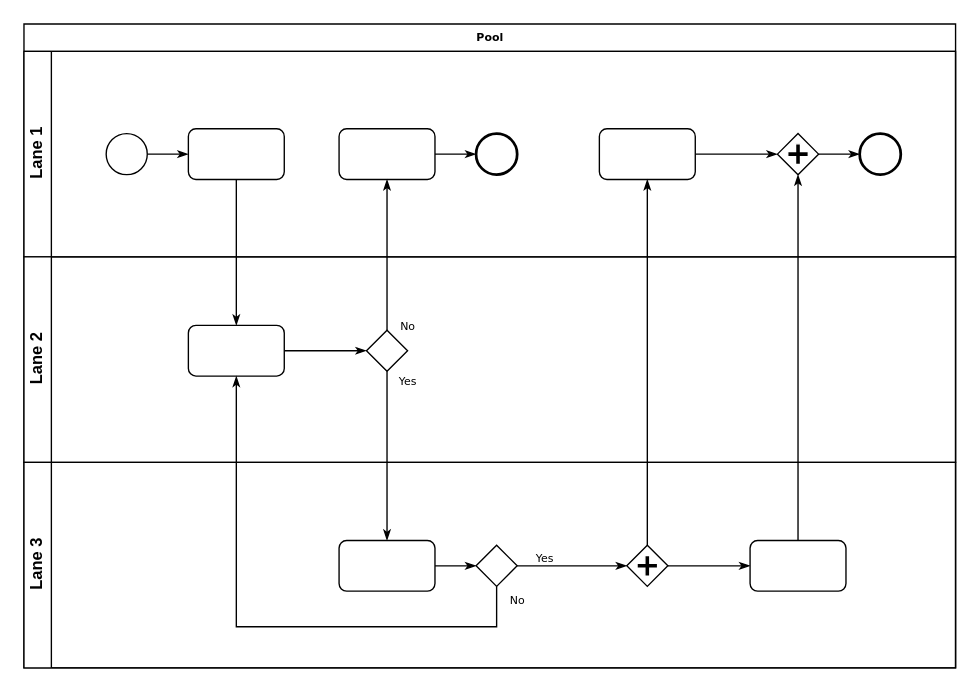
Before: PuzzleLeagueUserFlow.drawio in jonisrael/SavvyHomework, a draw.io diagram. Source tidied: cells renumbered, new cells numbered last; positions are measured from the earlier drawing's top-left corner, leaving out a move shared by most shapes. Both pictures are drawn from the tidied source at 137%, with x=0, y=0 at pixel (23, 23).
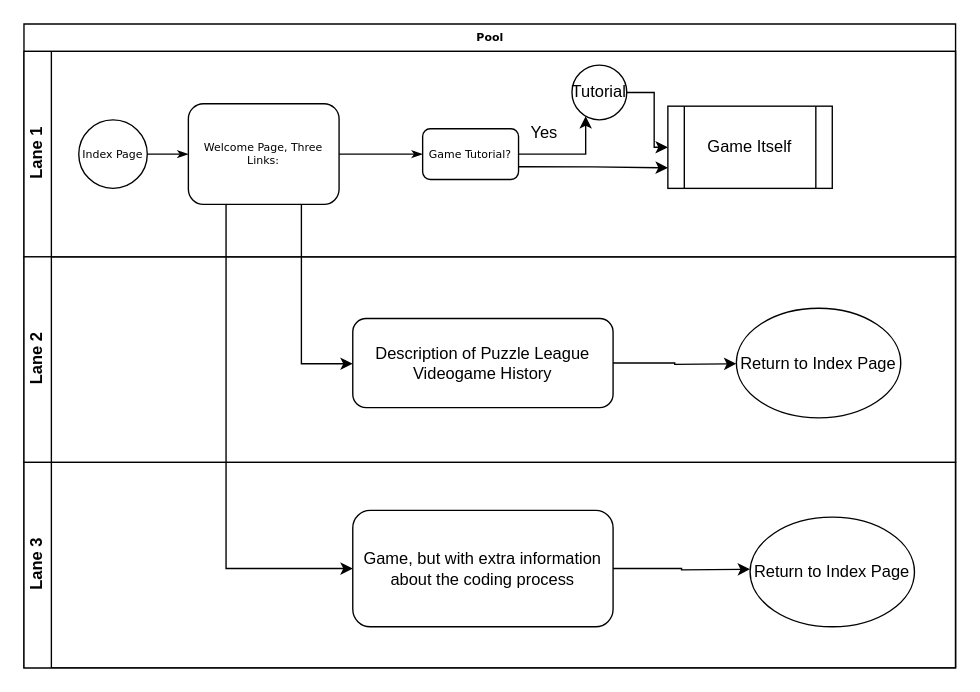
After the change.

Unchanged cells that the change refers to:
```xml
<mxCell id="2" value="Pool" style="swimlane;html=1;horizontal=1;startSize=20;rounded=0;shadow=0;labelBackgroundColor=none;strokeWidth=1;fontFamily=Verdana;fontSize=8;align=center;" parent="1" vertex="1">
  <mxGeometry width="680" height="470" as="geometry" />
</mxCell>
<mxCell id="3" value="Lane 1" style="swimlane;html=1;startSize=20;horizontal=0;" parent="2" vertex="1">
  <mxGeometry y="20" width="680" height="150" as="geometry" />
</mxCell>
<mxCell id="15" value="Lane 2" style="swimlane;html=1;startSize=20;horizontal=0;" parent="2" vertex="1">
  <mxGeometry y="170" width="680" height="150" as="geometry" />
</mxCell>
<mxCell id="19" value="Lane 3" style="swimlane;html=1;startSize=20;horizontal=0;" parent="2" vertex="1">
  <mxGeometry y="320" width="680" height="150" as="geometry" />
</mxCell>
```

The edit, as a diff of the source:
```diff
@@
-    <mxCell id="5" style="ellipse;whiteSpace=wrap;html=1;rounded=0;shadow=0;labelBackgroundColor=none;strokeWidth=1;fontFamily=Verdana;fontSize=8;align=center;" parent="3" vertex="1">
-      <mxGeometry x="60" y="60" width="30" height="30" as="geometry" />
+    <mxCell id="5" value="Index Page" style="ellipse;whiteSpace=wrap;html=1;rounded=0;shadow=0;labelBackgroundColor=none;strokeWidth=1;fontFamily=Verdana;fontSize=8;align=center;" parent="3" vertex="1">
+      <mxGeometry x="40" y="50" width="50" height="50" as="geometry" />
     </mxCell>
-    <mxCell id="6" style="rounded=1;whiteSpace=wrap;html=1;shadow=0;labelBackgroundColor=none;strokeWidth=1;fontFamily=Verdana;fontSize=8;align=center;" parent="3" vertex="1">
-      <mxGeometry x="120" y="56.5" width="70" height="37" as="geometry" />
+    <mxCell id="6" value="Welcome Page, Three Links:" style="rounded=1;whiteSpace=wrap;html=1;shadow=0;labelBackgroundColor=none;strokeWidth=1;fontFamily=Verdana;fontSize=8;align=center;" parent="3" vertex="1">
+      <mxGeometry x="120" y="38.2" width="110" height="73.5" as="geometry" />
     </mxCell>
-    <mxCell id="7" style="edgeStyle=orthogonalEdgeStyle;rounded=0;html=1;labelBackgroundColor=none;startArrow=none;startFill=0;startSize=5;endArrow=classicThin;endFill=1;endSize=5;jettySize=auto;strokeWidth=1;fontFamily=Verdana;fontSize=8;" parent="3" edge="1" source="8" target="9">
-      <mxGeometry relative="1" as="geometry" />
-    </mxCell>
-    <mxCell id="8" style="rounded=1;whiteSpace=wrap;html=1;shadow=0;labelBackgroundColor=none;strokeWidth=1;fontFamily=Verdana;fontSize=8;align=center;" parent="3" vertex="1">
-      <mxGeometry x="230" y="56.5" width="70" height="37" as="geometry" />
-    </mxCell>
-    <mxCell id="9" style="ellipse;whiteSpace=wrap;html=1;rounded=0;shadow=0;labelBackgroundColor=none;strokeWidth=2;fontFamily=Verdana;fontSize=8;align=center;" parent="3" vertex="1">
-      <mxGeometry x="330" y="60" width="30" height="30" as="geometry" />
-    </mxCell>
-    <mxCell id="10" style="edgeStyle=orthogonalEdgeStyle;rounded=0;html=1;entryX=0;entryY=0.5;labelBackgroundColor=none;startArrow=none;startFill=0;startSize=5;endArrow=classicThin;endFill=1;endSize=5;jettySize=auto;strokeWidth=1;fontFamily=Verdana;fontSize=8;" parent="3" edge="1" source="11" target="13">
-      <mxGeometry relative="1" as="geometry" />
-    </mxCell>
-    <mxCell id="11" style="rounded=1;whiteSpace=wrap;html=1;shadow=0;labelBackgroundColor=none;strokeWidth=1;fontFamily=Verdana;fontSize=8;align=center;" parent="3" vertex="1">
-      <mxGeometry x="420" y="56.5" width="70" height="37" as="geometry" />
-    </mxCell>
-    <mxCell id="12" style="edgeStyle=orthogonalEdgeStyle;rounded=0;html=1;labelBackgroundColor=none;startArrow=none;startFill=0;startSize=5;endArrow=classicThin;endFill=1;endSize=5;jettySize=auto;strokeWidth=1;fontFamily=Verdana;fontSize=8;" parent="3" edge="1" source="13" target="14">
-      <mxGeometry relative="1" as="geometry" />
-    </mxCell>
-    <mxCell id="13" style="shape=mxgraph.bpmn.shape;html=1;verticalLabelPosition=bottom;labelBackgroundColor=#ffffff;verticalAlign=top;perimeter=rhombusPerimeter;background=gateway;outline=none;symbol=parallelGw;rounded=1;shadow=0;strokeWidth=1;fontFamily=Verdana;fontSize=8;align=center;" parent="3" vertex="1">
-      <mxGeometry x="550" y="60" width="30" height="30" as="geometry" />
-    </mxCell>
-    <mxCell id="14" style="ellipse;whiteSpace=wrap;html=1;rounded=0;shadow=0;labelBackgroundColor=none;strokeWidth=2;fontFamily=Verdana;fontSize=8;align=center;" parent="3" vertex="1">
-      <mxGeometry x="610" y="60" width="30" height="30" as="geometry" />
-    </mxCell>
+    <mxCell id="17" value="Game Tutorial?" style="rounded=1;whiteSpace=wrap;html=1;shadow=0;labelBackgroundColor=none;strokeWidth=1;fontFamily=Verdana;fontSize=8;align=center;" parent="3" vertex="1">
+      <mxGeometry x="291" y="56.5" width="70" height="37" as="geometry" />
+    </mxCell>
+    <mxCell id="27" style="edgeStyle=orthogonalEdgeStyle;rounded=0;html=1;labelBackgroundColor=none;startArrow=none;startFill=0;startSize=5;endArrow=classicThin;endFill=1;endSize=5;jettySize=auto;strokeWidth=1;fontFamily=Verdana;fontSize=8;" parent="3" edge="1" source="6" target="17">
+      <mxGeometry relative="1" as="geometry" />
+    </mxCell>
+    <mxCell id="33" value="Tutorial" style="ellipse;whiteSpace=wrap;html=1;" parent="3" vertex="1">
+      <mxGeometry x="400" y="10" width="40" height="40" as="geometry" />
+    </mxCell>
+    <mxCell id="34" style="edgeStyle=orthogonalEdgeStyle;rounded=0;jettySize=auto;html=1;" parent="3" edge="1" source="17" target="33">
+      <mxGeometry relative="1" as="geometry">
+        <Array as="points">
+          <mxPoint x="410" y="75" />
+        </Array>
+      </mxGeometry>
+    </mxCell>
@@
-    <mxCell id="16" style="edgeStyle=orthogonalEdgeStyle;rounded=0;html=1;labelBackgroundColor=none;startArrow=none;startFill=0;startSize=5;endArrow=classicThin;endFill=1;endSize=5;jettySize=auto;strokeWidth=1;fontFamily=Verdana;fontSize=8;" parent="15" edge="1" source="17" target="18">
-      <mxGeometry relative="1" as="geometry" />
-    </mxCell>
-    <mxCell id="17" style="rounded=1;whiteSpace=wrap;html=1;shadow=0;labelBackgroundColor=none;strokeWidth=1;fontFamily=Verdana;fontSize=8;align=center;" parent="15" vertex="1">
-      <mxGeometry x="120" y="50" width="70" height="37" as="geometry" />
-    </mxCell>
-    <mxCell id="18" style="strokeWidth=1;html=1;shape=mxgraph.flowchart.decision;whiteSpace=wrap;rounded=1;shadow=0;labelBackgroundColor=none;fontFamily=Verdana;fontSize=8;align=center;" parent="15" vertex="1">
-      <mxGeometry x="250" y="53.5" width="30" height="30" as="geometry" />
-    </mxCell>
+    <mxCell id="35" value="Description of Puzzle League Videogame History" style="rounded=1;whiteSpace=wrap;html=1;" parent="15" vertex="1">
+      <mxGeometry x="240" y="45" width="190" height="65" as="geometry" />
+    </mxCell>
+    <mxCell id="36" value="Return to Index Page" style="ellipse;whiteSpace=wrap;html=1;" parent="15" vertex="1">
+      <mxGeometry x="520" y="37.5" width="120" height="80" as="geometry" />
+    </mxCell>
@@
-    <mxCell id="20" style="edgeStyle=orthogonalEdgeStyle;rounded=0;html=1;labelBackgroundColor=none;startArrow=none;startFill=0;startSize=5;endArrow=classicThin;endFill=1;endSize=5;jettySize=auto;strokeWidth=1;fontFamily=Verdana;fontSize=8;" parent="19" edge="1" source="21" target="23">
-      <mxGeometry relative="1" as="geometry" />
-    </mxCell>
-    <mxCell id="21" style="rounded=1;whiteSpace=wrap;html=1;shadow=0;labelBackgroundColor=none;strokeWidth=1;fontFamily=Verdana;fontSize=8;align=center;" parent="19" vertex="1">
-      <mxGeometry x="230" y="57" width="70" height="37" as="geometry" />
-    </mxCell>
-    <mxCell id="22" value="Yes" style="edgeStyle=orthogonalEdgeStyle;rounded=0;html=1;entryX=0;entryY=0.5;labelBackgroundColor=none;startArrow=none;startFill=0;startSize=5;endArrow=classicThin;endFill=1;endSize=5;jettySize=auto;strokeWidth=1;fontFamily=Verdana;fontSize=8;" parent="19" edge="1" source="23" target="25">
-      <mxGeometry x="-0.5" y="6" relative="1" as="geometry" />
-    </mxCell>
-    <mxCell id="23" style="strokeWidth=1;html=1;shape=mxgraph.flowchart.decision;whiteSpace=wrap;rounded=1;shadow=0;labelBackgroundColor=none;fontFamily=Verdana;fontSize=8;align=center;" parent="19" vertex="1">
-      <mxGeometry x="330" y="60.5" width="30" height="30" as="geometry" />
-    </mxCell>
-    <mxCell id="24" style="edgeStyle=orthogonalEdgeStyle;rounded=0;html=1;labelBackgroundColor=none;startArrow=none;startFill=0;startSize=5;endArrow=classicThin;endFill=1;endSize=5;jettySize=auto;strokeColor=#000000;strokeWidth=1;fontFamily=Verdana;fontSize=8;fontColor=#000000;" parent="19" edge="1" source="25" target="26">
-      <mxGeometry relative="1" as="geometry" />
-    </mxCell>
-    <mxCell id="25" style="shape=mxgraph.bpmn.shape;html=1;verticalLabelPosition=bottom;labelBackgroundColor=#ffffff;verticalAlign=top;perimeter=rhombusPerimeter;background=gateway;outline=none;symbol=parallelGw;rounded=1;shadow=0;strokeWidth=1;fontFamily=Verdana;fontSize=8;align=center;" parent="19" vertex="1">
-      <mxGeometry x="440" y="60.5" width="30" height="30" as="geometry" />
-    </mxCell>
-    <mxCell id="26" style="rounded=1;whiteSpace=wrap;html=1;shadow=0;labelBackgroundColor=none;strokeWidth=1;fontFamily=Verdana;fontSize=8;align=center;" parent="19" vertex="1">
-      <mxGeometry x="530" y="57" width="70" height="37" as="geometry" />
-    </mxCell>
-    <mxCell id="27" style="edgeStyle=orthogonalEdgeStyle;rounded=0;html=1;labelBackgroundColor=none;startArrow=none;startFill=0;startSize=5;endArrow=classicThin;endFill=1;endSize=5;jettySize=auto;strokeWidth=1;fontFamily=Verdana;fontSize=8;" parent="2" edge="1" source="6" target="17">
-      <mxGeometry relative="1" as="geometry" />
-    </mxCell>
-    <mxCell id="28" value="No" style="edgeStyle=orthogonalEdgeStyle;rounded=0;html=1;labelBackgroundColor=none;startArrow=none;startFill=0;startSize=5;endArrow=classicThin;endFill=1;endSize=5;jettySize=auto;strokeWidth=1;fontFamily=Verdana;fontSize=8;" parent="2" edge="1" source="18" target="8">
-      <mxGeometry x="-0.94" y="-15" relative="1" as="geometry" />
-    </mxCell>
-    <mxCell id="29" value="Yes" style="edgeStyle=orthogonalEdgeStyle;rounded=0;html=1;labelBackgroundColor=none;startArrow=none;startFill=0;startSize=5;endArrow=classicThin;endFill=1;endSize=5;jettySize=auto;strokeWidth=1;fontFamily=Verdana;fontSize=8;" parent="2" edge="1" source="18" target="21">
-      <mxGeometry x="-0.89" y="15" relative="1" as="geometry" />
-    </mxCell>
-    <mxCell id="30" style="edgeStyle=orthogonalEdgeStyle;rounded=0;html=1;entryX=0.5;entryY=1;labelBackgroundColor=none;startArrow=none;startFill=0;startSize=5;endArrow=classicThin;endFill=1;endSize=5;jettySize=auto;strokeWidth=1;fontFamily=Verdana;fontSize=8;" parent="2" edge="1" source="26" target="13">
-      <mxGeometry relative="1" as="geometry" />
-    </mxCell>
-    <mxCell id="31" value="No" style="edgeStyle=orthogonalEdgeStyle;rounded=0;html=1;labelBackgroundColor=none;startArrow=none;startFill=0;startSize=5;endArrow=classicThin;endFill=1;endSize=5;jettySize=auto;strokeWidth=1;fontFamily=Verdana;fontSize=8;" parent="2" edge="1" source="23" target="17">
-      <mxGeometry x="-0.95" y="15" relative="1" as="geometry">
-        <Array as="points">
-          <mxPoint x="345" y="440" />
-          <mxPoint x="155" y="440" />
-        </Array>
-      </mxGeometry>
-    </mxCell>
-    <mxCell id="32" style="edgeStyle=orthogonalEdgeStyle;rounded=0;html=1;labelBackgroundColor=none;startArrow=none;startFill=0;startSize=5;endArrow=classicThin;endFill=1;endSize=5;jettySize=auto;strokeWidth=1;fontFamily=Verdana;fontSize=8;" parent="2" edge="1" source="25" target="11">
-      <mxGeometry relative="1" as="geometry" />
-    </mxCell>
+    <mxCell id="37" value="Game, but with extra information about the coding process" style="rounded=1;whiteSpace=wrap;html=1;" parent="19" vertex="1">
+      <mxGeometry x="240" y="35" width="190" height="85" as="geometry" />
+    </mxCell>
+    <mxCell id="38" value="Return to Index Page" style="ellipse;whiteSpace=wrap;html=1;" parent="19" vertex="1">
+      <mxGeometry x="530" y="40" width="120" height="80" as="geometry" />
+    </mxCell>
+    <mxCell id="39" style="edgeStyle=orthogonalEdgeStyle;rounded=0;jettySize=auto;html=1;exitX=0.75;exitY=1;exitDx=0;exitDy=0;" parent="2" edge="1" source="6" target="35">
+      <mxGeometry relative="1" as="geometry">
+        <Array as="points">
+          <mxPoint x="203" y="248" />
+        </Array>
+      </mxGeometry>
+    </mxCell>
+    <mxCell id="40" style="edgeStyle=orthogonalEdgeStyle;rounded=0;jettySize=auto;html=1;exitX=0.25;exitY=1;exitDx=0;exitDy=0;entryX=0;entryY=0.5;entryDx=0;entryDy=0;" parent="2" edge="1" source="6" target="37">
+      <mxGeometry relative="1" as="geometry" />
+    </mxCell>
+    <mxCell id="41" value="Yes" style="text;html=1;strokeColor=none;fillColor=none;align=center;verticalAlign=middle;whiteSpace=wrap;rounded=0;" parent="1" vertex="1">
+      <mxGeometry x="360" y="70" width="40" height="20" as="geometry" />
+    </mxCell>
+    <mxCell id="42" style="edgeStyle=orthogonalEdgeStyle;rounded=0;jettySize=auto;html=1;" parent="1" edge="1" source="33" target="43">
+      <mxGeometry relative="1" as="geometry" />
+    </mxCell>
+    <mxCell id="43" value="Game Itself" style="shape=process;whiteSpace=wrap;html=1;backgroundOutline=1;" parent="1" vertex="1">
+      <mxGeometry x="470" y="60" width="120" height="60" as="geometry" />
+    </mxCell>
+    <mxCell id="44" style="edgeStyle=orthogonalEdgeStyle;rounded=0;jettySize=auto;html=1;exitX=1;exitY=0.75;exitDx=0;exitDy=0;entryX=0;entryY=0.75;entryDx=0;entryDy=0;" parent="1" edge="1" source="17" target="43">
+      <mxGeometry relative="1" as="geometry" />
+    </mxCell>
+    <mxCell id="45" style="edgeStyle=orthogonalEdgeStyle;rounded=0;jettySize=auto;html=1;" parent="1" edge="1" source="35">
+      <mxGeometry relative="1" as="geometry">
+        <mxPoint x="520" y="248" as="targetPoint" />
+      </mxGeometry>
+    </mxCell>
+    <mxCell id="46" style="edgeStyle=orthogonalEdgeStyle;rounded=0;jettySize=auto;html=1;" parent="1" edge="1" source="37">
+      <mxGeometry relative="1" as="geometry">
+        <mxPoint x="530" y="398" as="targetPoint" />
+      </mxGeometry>
+    </mxCell>
```
